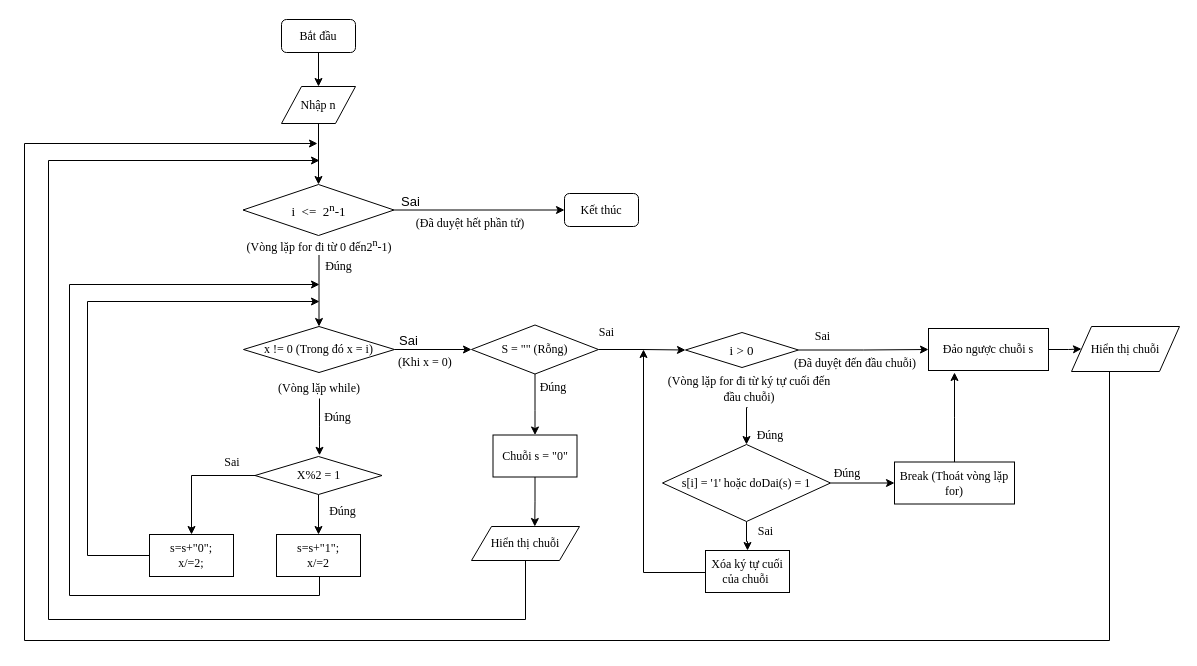
khuevotan/Nhiphan keeps this draw.io diagram as sodokhoi.drawio. Above is the earlier version. Source tidied: cells renumbered, new cells numbered last; positions are measured from the earlier drawing's top-left corner, leaving out a move shared by most shapes. Both pictures are drawn from the tidied source at 100%, with x=0, y=0 at pixel (24, 19).
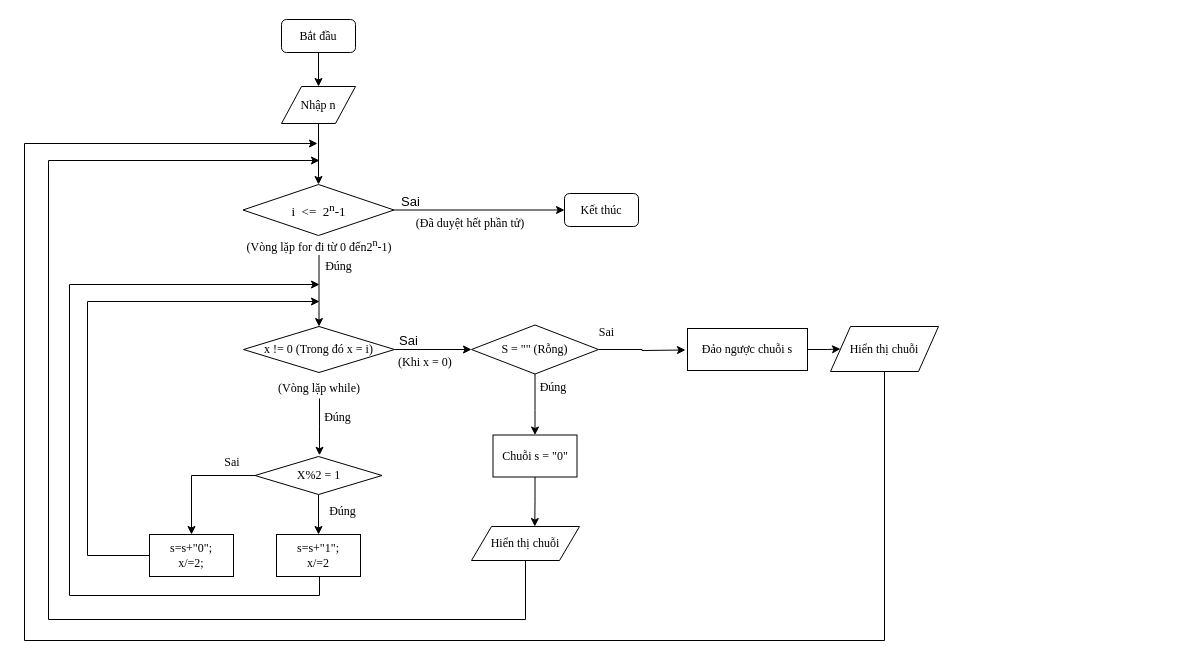
After the change.

Unchanged cells that the change refers to:
```xml
<mxCell id="18" value="S = &quot;&quot; (Rỗng)" style="rhombus;whiteSpace=wrap;html=1;fontFamily=Times New Roman;" parent="1" vertex="1">
  <mxGeometry x="447" y="305.5" width="127" height="49" as="geometry" />
</mxCell>
```

What changed in the source:
```diff
@@
     <mxCell id="12" style="edgeStyle=orthogonalEdgeStyle;rounded=0;jettySize=auto;html=1;exitX=0.5;exitY=1;exitDx=0;exitDy=0;" parent="1" edge="1" source="13">
       <mxGeometry relative="1" as="geometry">
         <mxPoint x="293" y="124" as="targetPoint" />
         <Array as="points">
-          <mxPoint x="1085" y="352" />
-          <mxPoint x="1085" y="621" />
+          <mxPoint x="860" y="621" />
           <mxPoint y="621" />
           <mxPoint y="124" />
-          <mxPoint x="293" y="124" />
         </Array>
       </mxGeometry>
     </mxCell>
     <mxCell id="13" value="Hiển thị chuỗi" style="shape=parallelogram;perimeter=parallelogramPerimeter;whiteSpace=wrap;html=1;fixedSize=1;fontFamily=Times New Roman;" parent="1" vertex="1">
-      <mxGeometry x="1047" y="307" width="108" height="45" as="geometry" />
+      <mxGeometry x="806" y="307" width="108" height="45" as="geometry" />
     </mxCell>
@@
-    <mxCell id="17" style="edgeStyle=orthogonalEdgeStyle;rounded=0;jettySize=auto;html=1;entryX=0;entryY=0.5;entryDx=0;entryDy=0;fontFamily=Times New Roman;" parent="1" edge="1" source="18" target="22">
-      <mxGeometry relative="1" as="geometry" />
+    <mxCell id="17" style="edgeStyle=orthogonalEdgeStyle;rounded=0;jettySize=auto;html=1;entryX=0;entryY=0.5;entryDx=0;entryDy=0;fontFamily=Times New Roman;" parent="1" edge="1" source="18">
+      <mxGeometry relative="1" as="geometry">
+        <mxPoint x="661" y="330.5" as="targetPoint" />
+      </mxGeometry>
     </mxCell>
@@
-    <mxCell id="21" style="edgeStyle=orthogonalEdgeStyle;rounded=0;jettySize=auto;html=1;entryX=0;entryY=0.5;entryDx=0;entryDy=0;fontFamily=Times New Roman;" parent="1" edge="1" source="22" target="31">
-      <mxGeometry relative="1" as="geometry" />
-    </mxCell>
-    <mxCell id="22" value="&lt;span style=&quot;font-family: &amp;#34;times new roman&amp;#34; , &amp;#34;serif&amp;#34;&quot;&gt;&lt;font style=&quot;font-size: 13px&quot;&gt;i &amp;gt; 0&lt;/font&gt;&lt;/span&gt;" style="rhombus;whiteSpace=wrap;html=1;fontFamily=Times New Roman;" parent="1" vertex="1">
-      <mxGeometry x="661" y="313" width="113" height="35" as="geometry" />
-    </mxCell>
-    <mxCell id="23" style="edgeStyle=orthogonalEdgeStyle;rounded=0;jettySize=auto;html=1;entryX=0.5;entryY=0;entryDx=0;entryDy=0;fontFamily=Times New Roman;" parent="1" edge="1" source="25" target="27">
-      <mxGeometry relative="1" as="geometry" />
-    </mxCell>
-    <mxCell id="24" style="edgeStyle=orthogonalEdgeStyle;rounded=0;jettySize=auto;html=1;fontFamily=Times New Roman;entryX=0;entryY=0.5;entryDx=0;entryDy=0;" parent="1" edge="1" source="25" target="29">
-      <mxGeometry relative="1" as="geometry" />
-    </mxCell>
-    <mxCell id="25" value="s[i] = '1' hoặc doDai(s) = 1" style="rhombus;whiteSpace=wrap;html=1;fontFamily=Times New Roman;" parent="1" vertex="1">
-      <mxGeometry x="638" y="425" width="168" height="77" as="geometry" />
-    </mxCell>
-    <mxCell id="26" style="edgeStyle=orthogonalEdgeStyle;rounded=0;jettySize=auto;html=1;fontFamily=Times New Roman;" parent="1" edge="1" source="27">
-      <mxGeometry relative="1" as="geometry">
-        <mxPoint x="619" y="330" as="targetPoint" />
-        <Array as="points">
-          <mxPoint x="619" y="553" />
-          <mxPoint x="619" y="330" />
-        </Array>
-      </mxGeometry>
-    </mxCell>
-    <mxCell id="27" value="Xóa ký tự cuối của chuỗi&amp;nbsp;" style="rounded=0;whiteSpace=wrap;html=1;fontFamily=Times New Roman;" parent="1" vertex="1">
-      <mxGeometry x="681" y="531" width="84" height="42" as="geometry" />
-    </mxCell>
-    <mxCell id="28" style="edgeStyle=orthogonalEdgeStyle;rounded=0;jettySize=auto;html=1;fontFamily=Times New Roman;fontSize=12;" parent="1" edge="1" source="29">
-      <mxGeometry relative="1" as="geometry">
-        <mxPoint x="930" y="353" as="targetPoint" />
-      </mxGeometry>
-    </mxCell>
-    <mxCell id="29" value="Break (Thoát vòng lặp for)" style="rounded=0;whiteSpace=wrap;html=1;fontFamily=Times New Roman;" parent="1" vertex="1">
-      <mxGeometry x="870" y="442.5" width="120" height="42" as="geometry" />
-    </mxCell>
@@
     <mxCell id="31" value="Đảo ngược chuỗi s" style="rounded=0;whiteSpace=wrap;html=1;fontFamily=Times New Roman;" parent="1" vertex="1">
-      <mxGeometry x="904" y="309" width="120" height="42" as="geometry" />
+      <mxGeometry x="663" y="309" width="120" height="42" as="geometry" />
     </mxCell>
@@
-    <mxCell id="52" style="edgeStyle=orthogonalEdgeStyle;rounded=0;jettySize=auto;html=1;entryX=0.5;entryY=0;entryDx=0;entryDy=0;fontFamily=Times New Roman;fontSize=12;" parent="1" edge="1" target="25">
-      <mxGeometry relative="1" as="geometry">
-        <mxPoint x="723" y="388" as="sourcePoint" />
-      </mxGeometry>
-    </mxCell>
-    <mxCell id="53" value="&lt;font style=&quot;font-size: 12px&quot;&gt;(Vòng lặp for đi từ ký tự cuối đến đầu chuỗi)&lt;/font&gt;" style="text;html=1;strokeColor=none;fillColor=none;align=center;verticalAlign=middle;whiteSpace=wrap;rounded=0;fontFamily=Times New Roman;fontSize=13;" parent="1" vertex="1">
-      <mxGeometry x="638.5" y="359" width="172" height="20" as="geometry" />
-    </mxCell>
-    <mxCell id="54" value="Sai" style="text;html=1;strokeColor=none;fillColor=none;align=center;verticalAlign=middle;whiteSpace=wrap;rounded=0;fontFamily=Times New Roman;fontSize=12;" parent="1" vertex="1">
-      <mxGeometry x="783" y="305.5" width="30.5" height="22.5" as="geometry" />
-    </mxCell>
-    <mxCell id="55" value="Đúng" style="text;html=1;strokeColor=none;fillColor=none;align=center;verticalAlign=middle;whiteSpace=wrap;rounded=0;fontFamily=Times New Roman;fontSize=12;" parent="1" vertex="1">
-      <mxGeometry x="716" y="401" width="60" height="30" as="geometry" />
-    </mxCell>
-    <mxCell id="56" value="Sai" style="text;html=1;strokeColor=none;fillColor=none;align=center;verticalAlign=middle;whiteSpace=wrap;rounded=0;fontFamily=Times New Roman;fontSize=12;" parent="1" vertex="1">
-      <mxGeometry x="726" y="501" width="30.5" height="22.5" as="geometry" />
-    </mxCell>
-    <mxCell id="57" value="Đúng" style="text;html=1;strokeColor=none;fillColor=none;align=center;verticalAlign=middle;whiteSpace=wrap;rounded=0;fontFamily=Times New Roman;fontSize=12;" parent="1" vertex="1">
-      <mxGeometry x="793" y="439" width="60" height="30" as="geometry" />
-    </mxCell>
-    <mxCell id="58" value="&lt;font style=&quot;font-size: 12px&quot;&gt;(Đã duyệt đến đầu chuỗi)&lt;/font&gt;" style="text;html=1;strokeColor=none;fillColor=none;align=center;verticalAlign=middle;whiteSpace=wrap;rounded=0;fontFamily=Times New Roman;fontSize=13;" parent="1" vertex="1">
-      <mxGeometry x="745" y="333" width="172" height="20" as="geometry" />
-    </mxCell>
```
